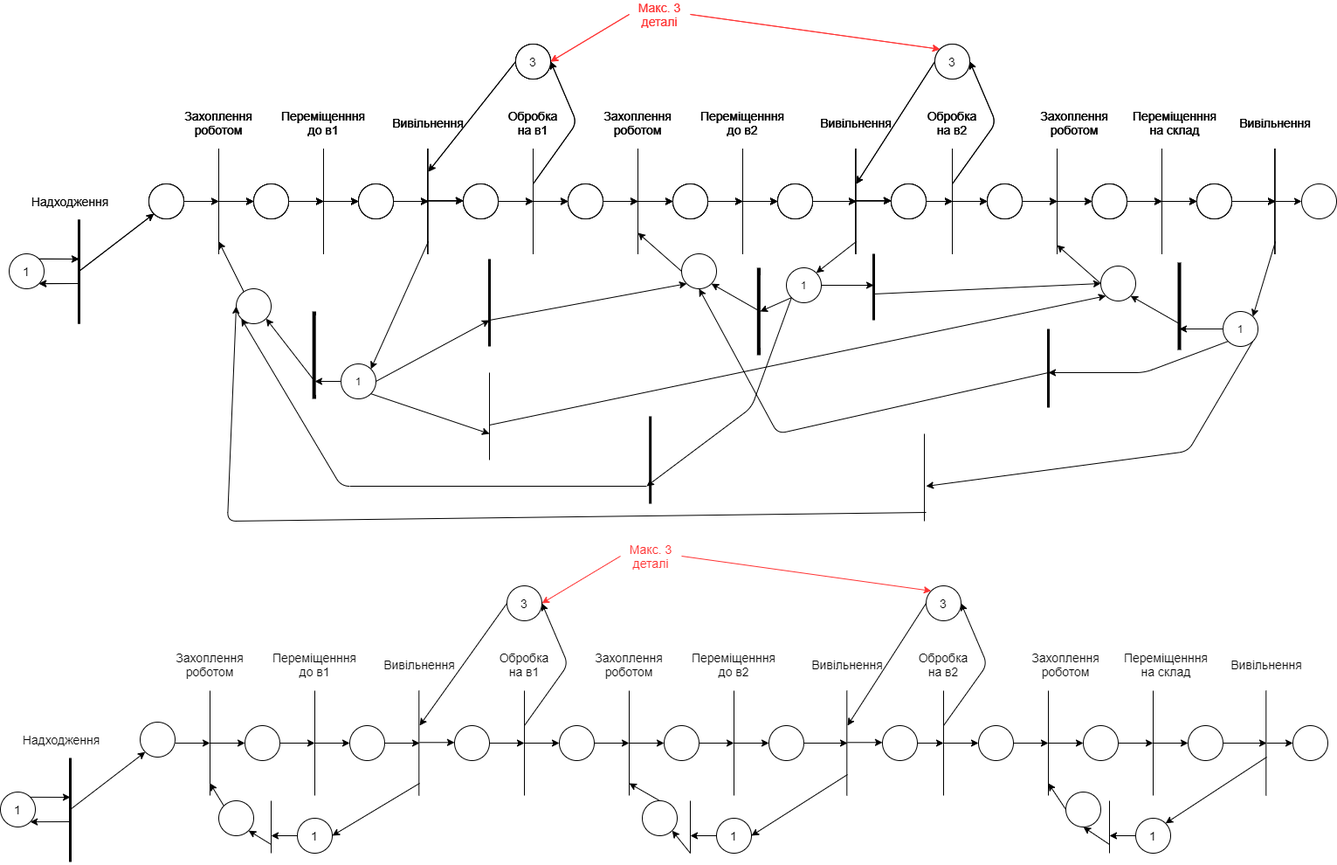
The draw.io diagram MSlab6/роботизована система.png in ojdmytruk/SystemModeling_sem7, before a commit. Source tidied: cells renumbered, new cells last; positions are measured from the earlier drawing's top-left corner, leaving out a move shared by most shapes.
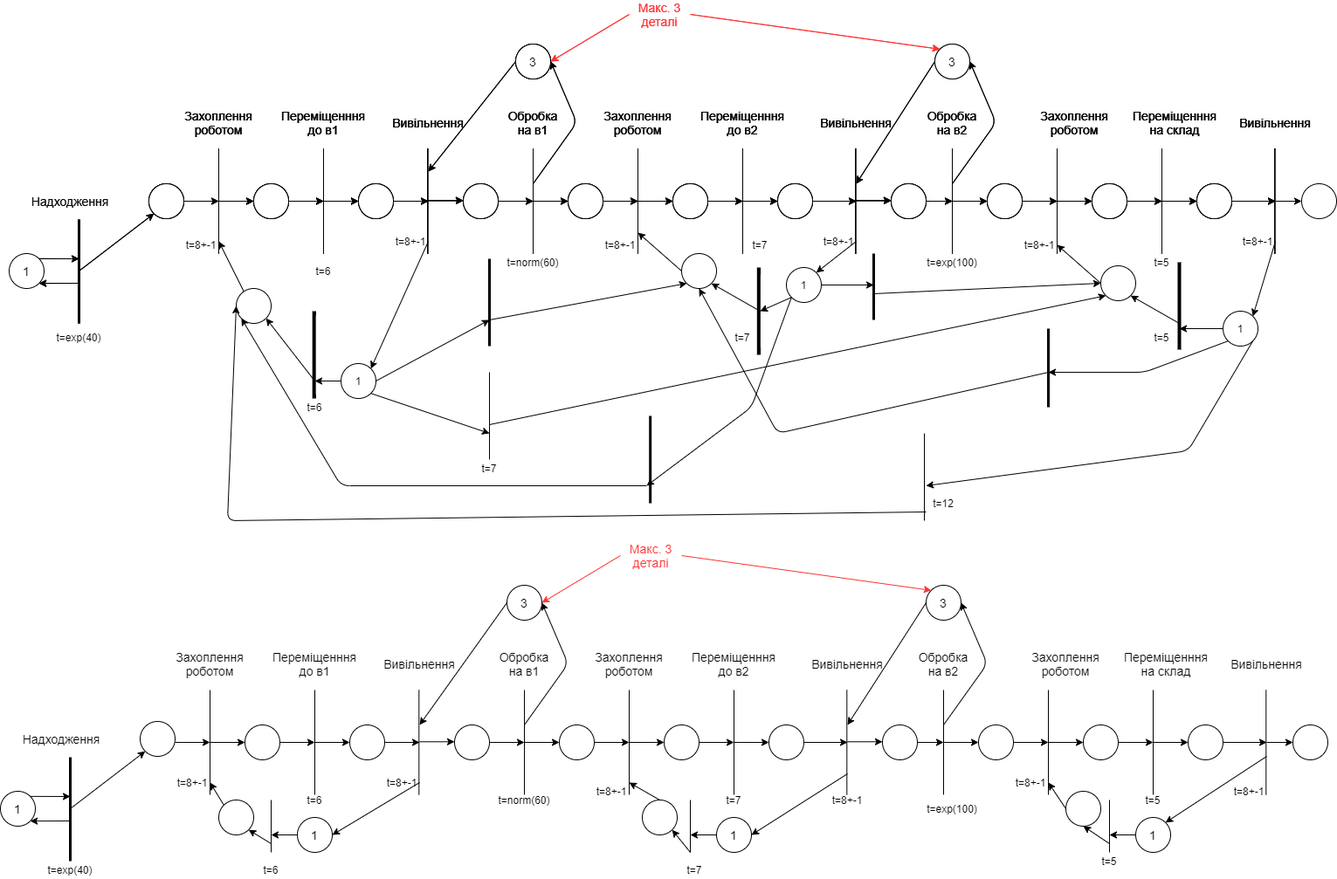
Later version of the same file.

Diff of the diagram source:
```diff
@@ -1769,5 +1769,101 @@
         <mxPoint x="1000" y="330" as="sourcePoint" />
       </mxGeometry>
     </mxCell>
+    <mxCell id="380" value="t=8+-1" style="text;html=1;strokeColor=none;fillColor=none;align=center;verticalAlign=middle;whiteSpace=wrap;rounded=0;" parent="1" vertex="1">
+      <mxGeometry x="210" y="264" width="40" height="20" as="geometry" />
+    </mxCell>
+    <mxCell id="381" value="t=8+-1" style="text;html=1;strokeColor=none;fillColor=none;align=center;verticalAlign=middle;whiteSpace=wrap;rounded=0;" parent="1" vertex="1">
+      <mxGeometry x="450" y="260" width="40" height="20" as="geometry" />
+    </mxCell>
+    <mxCell id="382" value="t=8+-1" style="text;html=1;strokeColor=none;fillColor=none;align=center;verticalAlign=middle;whiteSpace=wrap;rounded=0;" parent="1" vertex="1">
+      <mxGeometry x="690" y="264" width="40" height="20" as="geometry" />
+    </mxCell>
+    <mxCell id="383" value="t=8+-1" style="text;html=1;strokeColor=none;fillColor=none;align=center;verticalAlign=middle;whiteSpace=wrap;rounded=0;" parent="1" vertex="1">
+      <mxGeometry x="1170" y="264" width="40" height="20" as="geometry" />
+    </mxCell>
+    <mxCell id="384" value="t=8+-1" style="text;html=1;strokeColor=none;fillColor=none;align=center;verticalAlign=middle;whiteSpace=wrap;rounded=0;" parent="1" vertex="1">
+      <mxGeometry x="940" y="260" width="40" height="20" as="geometry" />
+    </mxCell>
+    <mxCell id="385" value="t=8+-1" style="text;html=1;strokeColor=none;fillColor=none;align=center;verticalAlign=middle;whiteSpace=wrap;rounded=0;" parent="1" vertex="1">
+      <mxGeometry x="1420" y="260" width="40" height="20" as="geometry" />
+    </mxCell>
+    <mxCell id="386" value="t=8+-1" style="text;html=1;strokeColor=none;fillColor=none;align=center;verticalAlign=middle;whiteSpace=wrap;rounded=0;" parent="1" vertex="1">
+      <mxGeometry x="200" y="880" width="40" height="20" as="geometry" />
+    </mxCell>
+    <mxCell id="387" value="t=8+-1" style="text;html=1;strokeColor=none;fillColor=none;align=center;verticalAlign=middle;whiteSpace=wrap;rounded=0;" parent="1" vertex="1">
+      <mxGeometry x="440" y="880" width="40" height="20" as="geometry" />
+    </mxCell>
+    <mxCell id="388" value="t=8+-1" style="text;html=1;strokeColor=none;fillColor=none;align=center;verticalAlign=middle;whiteSpace=wrap;rounded=0;" parent="1" vertex="1">
+      <mxGeometry x="680" y="890" width="40" height="20" as="geometry" />
+    </mxCell>
+    <mxCell id="389" value="t=8+-1" style="text;html=1;strokeColor=none;fillColor=none;align=center;verticalAlign=middle;whiteSpace=wrap;rounded=0;" parent="1" vertex="1">
+      <mxGeometry x="950" y="900" width="40" height="20" as="geometry" />
+    </mxCell>
+    <mxCell id="390" value="t=8+-1" style="text;html=1;strokeColor=none;fillColor=none;align=center;verticalAlign=middle;whiteSpace=wrap;rounded=0;" parent="1" vertex="1">
+      <mxGeometry x="1160" y="880" width="40" height="20" as="geometry" />
+    </mxCell>
+    <mxCell id="391" value="t=8+-1" style="text;html=1;strokeColor=none;fillColor=none;align=center;verticalAlign=middle;whiteSpace=wrap;rounded=0;" parent="1" vertex="1">
+      <mxGeometry x="1410" y="890" width="40" height="20" as="geometry" />
+    </mxCell>
+    <mxCell id="392" value="t=exp(40)" style="text;html=1;strokeColor=none;fillColor=none;align=center;verticalAlign=middle;whiteSpace=wrap;rounded=0;" parent="1" vertex="1">
+      <mxGeometry x="70" y="370" width="40" height="20" as="geometry" />
+    </mxCell>
+    <mxCell id="393" value="t=exp(40)" style="text;html=1;strokeColor=none;fillColor=none;align=center;verticalAlign=middle;whiteSpace=wrap;rounded=0;" parent="1" vertex="1">
+      <mxGeometry x="60" y="980" width="40" height="20" as="geometry" />
+    </mxCell>
+    <mxCell id="394" value="t=6" style="text;html=1;strokeColor=none;fillColor=none;align=center;verticalAlign=middle;whiteSpace=wrap;rounded=0;" parent="1" vertex="1">
+      <mxGeometry x="350" y="294" width="40" height="20" as="geometry" />
+    </mxCell>
+    <mxCell id="395" value="t=6" style="text;html=1;strokeColor=none;fillColor=none;align=center;verticalAlign=middle;whiteSpace=wrap;rounded=0;" parent="1" vertex="1">
+      <mxGeometry x="340" y="450" width="40" height="20" as="geometry" />
+    </mxCell>
+    <mxCell id="396" value="t=6" style="text;html=1;strokeColor=none;fillColor=none;align=center;verticalAlign=middle;whiteSpace=wrap;rounded=0;" parent="1" vertex="1">
+      <mxGeometry x="340" y="900" width="40" height="20" as="geometry" />
+    </mxCell>
+    <mxCell id="397" value="t=6" style="text;html=1;strokeColor=none;fillColor=none;align=center;verticalAlign=middle;whiteSpace=wrap;rounded=0;" parent="1" vertex="1">
+      <mxGeometry x="290" y="980" width="40" height="20" as="geometry" />
+    </mxCell>
+    <mxCell id="398" value="t=7" style="text;html=1;strokeColor=none;fillColor=none;align=center;verticalAlign=middle;whiteSpace=wrap;rounded=0;" parent="1" vertex="1">
+      <mxGeometry x="850" y="264" width="40" height="20" as="geometry" />
+    </mxCell>
+    <mxCell id="399" value="t=7" style="text;html=1;strokeColor=none;fillColor=none;align=center;verticalAlign=middle;whiteSpace=wrap;rounded=0;" parent="1" vertex="1">
+      <mxGeometry x="830" y="370" width="40" height="20" as="geometry" />
+    </mxCell>
+    <mxCell id="400" value="t=7" style="text;html=1;strokeColor=none;fillColor=none;align=center;verticalAlign=middle;whiteSpace=wrap;rounded=0;" parent="1" vertex="1">
+      <mxGeometry x="540" y="520" width="40" height="20" as="geometry" />
+    </mxCell>
+    <mxCell id="401" value="t=7" style="text;html=1;strokeColor=none;fillColor=none;align=center;verticalAlign=middle;whiteSpace=wrap;rounded=0;" parent="1" vertex="1">
+      <mxGeometry x="820" y="900" width="40" height="20" as="geometry" />
+    </mxCell>
+    <mxCell id="402" value="t=7" style="text;html=1;strokeColor=none;fillColor=none;align=center;verticalAlign=middle;whiteSpace=wrap;rounded=0;" parent="1" vertex="1">
+      <mxGeometry x="775" y="980" width="40" height="20" as="geometry" />
+    </mxCell>
+    <mxCell id="403" value="t=5" style="text;html=1;strokeColor=none;fillColor=none;align=center;verticalAlign=middle;whiteSpace=wrap;rounded=0;" parent="1" vertex="1">
+      <mxGeometry x="1310" y="284" width="40" height="20" as="geometry" />
+    </mxCell>
+    <mxCell id="404" value="t=5" style="text;html=1;strokeColor=none;fillColor=none;align=center;verticalAlign=middle;whiteSpace=wrap;rounded=0;" parent="1" vertex="1">
+      <mxGeometry x="1310" y="370" width="40" height="20" as="geometry" />
+    </mxCell>
+    <mxCell id="405" value="t=5" style="text;html=1;strokeColor=none;fillColor=none;align=center;verticalAlign=middle;whiteSpace=wrap;rounded=0;" parent="1" vertex="1">
+      <mxGeometry x="1300" y="900" width="40" height="20" as="geometry" />
+    </mxCell>
+    <mxCell id="406" value="t=5" style="text;html=1;strokeColor=none;fillColor=none;align=center;verticalAlign=middle;whiteSpace=wrap;rounded=0;" parent="1" vertex="1">
+      <mxGeometry x="1250" y="970" width="40" height="20" as="geometry" />
+    </mxCell>
+    <mxCell id="407" value="t=12" style="text;html=1;strokeColor=none;fillColor=none;align=center;verticalAlign=middle;whiteSpace=wrap;rounded=0;" parent="1" vertex="1">
+      <mxGeometry x="1060" y="560" width="40" height="20" as="geometry" />
+    </mxCell>
+    <mxCell id="408" value="t=norm(60)" style="text;html=1;strokeColor=none;fillColor=none;align=center;verticalAlign=middle;whiteSpace=wrap;rounded=0;" parent="1" vertex="1">
+      <mxGeometry x="590" y="284" width="40" height="20" as="geometry" />
+    </mxCell>
+    <mxCell id="409" value="t=norm(60)" style="text;html=1;strokeColor=none;fillColor=none;align=center;verticalAlign=middle;whiteSpace=wrap;rounded=0;" parent="1" vertex="1">
+      <mxGeometry x="580" y="900" width="40" height="20" as="geometry" />
+    </mxCell>
+    <mxCell id="410" value="t=exp(100)" style="text;html=1;strokeColor=none;fillColor=none;align=center;verticalAlign=middle;whiteSpace=wrap;rounded=0;" parent="1" vertex="1">
+      <mxGeometry x="1070" y="284" width="40" height="20" as="geometry" />
+    </mxCell>
+    <mxCell id="411" value="t=exp(100)" style="text;html=1;strokeColor=none;fillColor=none;align=center;verticalAlign=middle;whiteSpace=wrap;rounded=0;" parent="1" vertex="1">
+      <mxGeometry x="1070" y="910" width="40" height="20" as="geometry" />
+    </mxCell>
   </root>
 </mxGraphModel>
```
